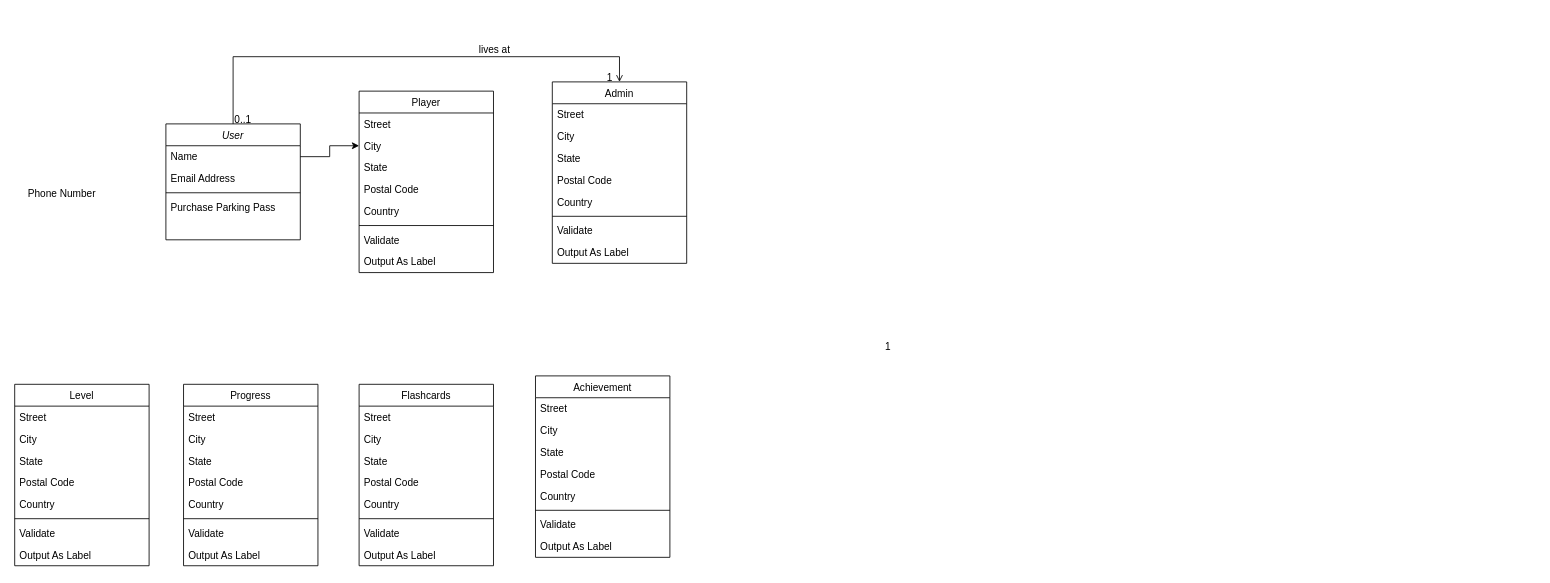
yzy21cs/Diagrams keeps this draw.io diagram as HCIDiagrams.drawio. Above is the earlier version. Source tidied: cells renumbered, new cells numbered last; positions are measured from the earlier drawing's top-left corner, leaving out a move shared by most shapes. Both pictures are drawn from the tidied source at 84%, with x=0, y=0 at pixel (14, 56).
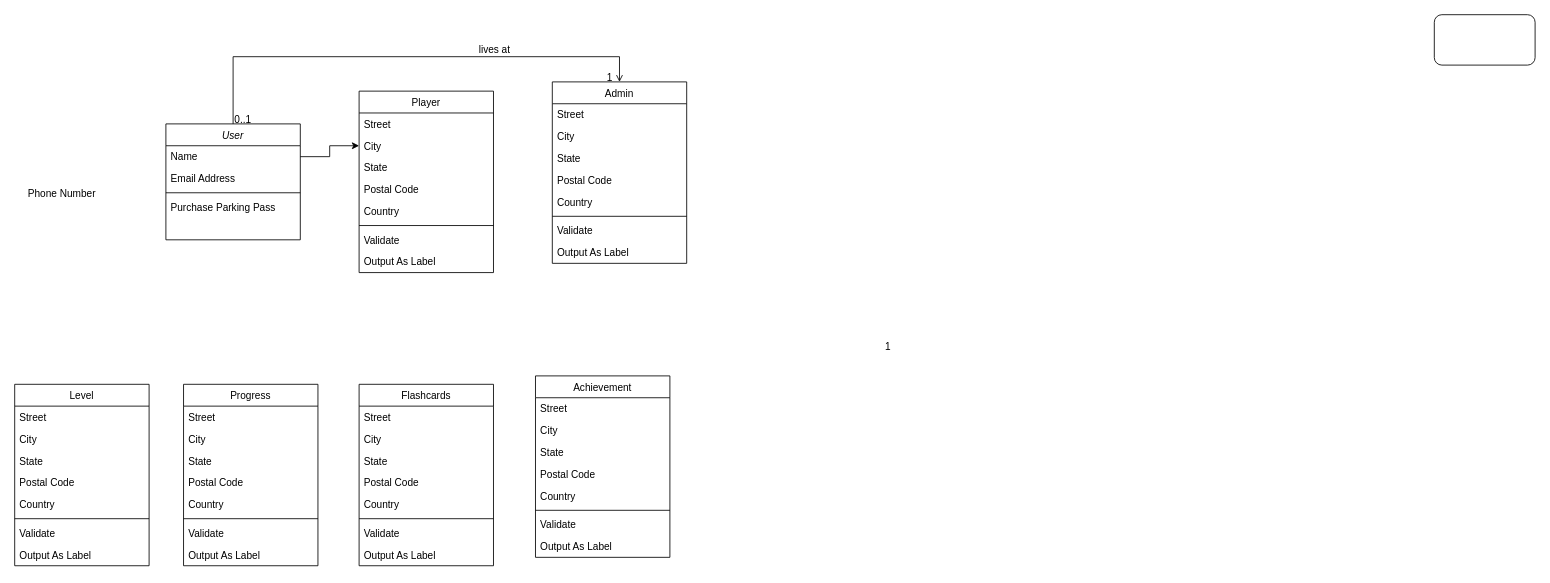
After the change.

What changed in the source:
```diff
@@
+    <mxCell id="68" style="rounded=1;whiteSpace=wrap;html=1;" parent="1" vertex="1">
+      <mxGeometry x="1690" y="-50" width="120" height="60" as="geometry" />
+    </mxCell>
```
